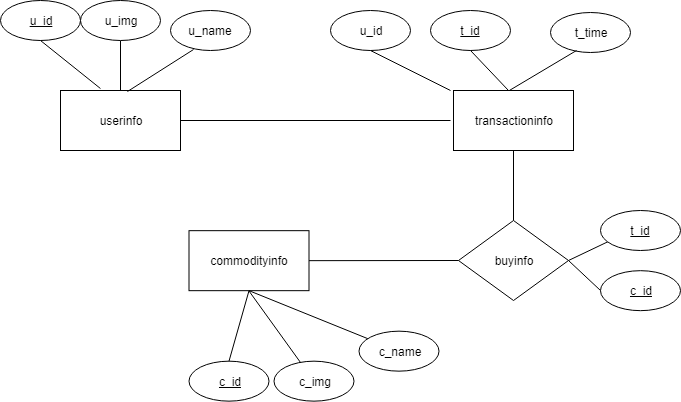
The draw.io diagram lab er表.png in cysleigh/mysql, before a commit. Source tidied: cells renumbered, new cells last; positions are measured from the earlier drawing's top-left corner, leaving out a move shared by most shapes.
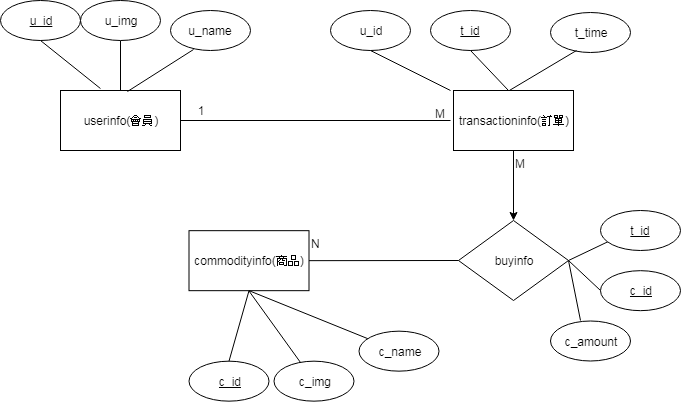
The same file after the commit.

The edit, as a diff of the source:
```diff
@@ -2,7 +2,7 @@
   <root>
     <mxCell id="0" />
     <mxCell id="1" parent="0" />
-    <mxCell id="2" value="userinfo" style="rounded=0;whiteSpace=wrap;html=1;" parent="1" vertex="1">
+    <mxCell id="2" value="userinfo(會員)" style="rounded=0;whiteSpace=wrap;html=1;" parent="1" vertex="1">
       <mxGeometry x="60" y="90" width="120" height="60" as="geometry" />
     </mxCell>
     <mxCell id="3" style="endArrow=none;html=1;exitX=0.5;exitY=0;exitDx=0;exitDy=0;" parent="1" edge="1" source="2">
@@ -19,7 +19,7 @@
     <mxCell id="6" style="endArrow=none;html=1;exitX=0.558;exitY=0.017;exitDx=0;exitDy=0;entryX=0.288;entryY=0.975;entryDx=0;entryDy=0;entryPerimeter=0;exitPerimeter=0;" parent="1" edge="1" source="2" target="4">
       <mxGeometry relative="1" as="geometry" />
     </mxCell>
-    <mxCell id="7" value="commodityinfo" style="rounded=0;whiteSpace=wrap;html=1;" parent="1" vertex="1">
+    <mxCell id="7" value="commodityinfo(商品)" style="rounded=0;whiteSpace=wrap;html=1;" parent="1" vertex="1">
       <mxGeometry x="188.5" y="230.2" width="120" height="60" as="geometry" />
     </mxCell>
     <mxCell id="8" value="&lt;u&gt;c_id&lt;/u&gt;" style="ellipse;whiteSpace=wrap;html=1;" parent="1" vertex="1">
@@ -39,7 +39,7 @@
         <mxPoint x="248.5" y="290.5" as="sourcePoint" />
       </mxGeometry>
     </mxCell>
-    <mxCell id="13" value="&lt;span style=&quot;white-space: normal&quot;&gt;transactioninfo&lt;/span&gt;" style="rounded=0;whiteSpace=wrap;html=1;" parent="1" vertex="1">
+    <mxCell id="13" value="&lt;span style=&quot;white-space: normal&quot;&gt;transactioninfo(訂單)&lt;/span&gt;" style="rounded=0;whiteSpace=wrap;html=1;" parent="1" vertex="1">
       <mxGeometry x="453" y="90" width="120" height="60" as="geometry" />
     </mxCell>
     <mxCell id="14" value="&lt;u&gt;t_id&lt;/u&gt;" style="ellipse;whiteSpace=wrap;html=1;" parent="1" vertex="1">
@@ -86,9 +86,6 @@
         <mxPoint x="450" y="120" as="targetPoint" />
       </mxGeometry>
     </mxCell>
-    <mxCell id="25" style="endArrow=none;html=1;exitX=0.5;exitY=1;exitDx=0;exitDy=0;entryX=0.5;entryY=0;entryDx=0;entryDy=0;" parent="1" edge="1" source="13" target="19">
-      <mxGeometry relative="1" as="geometry" />
-    </mxCell>
     <mxCell id="26" style="endArrow=none;html=1;exitX=0;exitY=0.5;exitDx=0;exitDy=0;entryX=1;entryY=0.5;entryDx=0;entryDy=0;" parent="1" edge="1" source="19" target="7">
       <mxGeometry relative="1" as="geometry" />
     </mxCell>
@@ -108,5 +105,31 @@
         <mxPoint x="450" y="90" as="sourcePoint" />
       </mxGeometry>
     </mxCell>
+    <mxCell id="31" style="endArrow=none;html=1;exitX=1;exitY=0.5;exitDx=0;exitDy=0;" parent="1" edge="1" source="19">
+      <mxGeometry relative="1" as="geometry">
+        <mxPoint x="580" y="320" as="targetPoint" />
+      </mxGeometry>
+    </mxCell>
+    <mxCell id="32" value="c_amount" style="ellipse;whiteSpace=wrap;html=1;" parent="1" vertex="1">
+      <mxGeometry x="550" y="320.5" width="80" height="40" as="geometry" />
+    </mxCell>
+    <mxCell id="33" value="1" style="text;html=1;strokeColor=none;fillColor=none;align=center;verticalAlign=middle;whiteSpace=wrap;rounded=0;" parent="1" vertex="1">
+      <mxGeometry x="180" y="100" width="40" height="20" as="geometry" />
+    </mxCell>
+    <mxCell id="34" value="M" style="text;html=1;" parent="1" vertex="1">
+      <mxGeometry x="433" y="100" width="20" height="30" as="geometry" />
+    </mxCell>
+    <mxCell id="25" style="edgeStyle=orthogonalEdgeStyle;rounded=0;jettySize=auto;html=1;" parent="1" edge="1" source="13" target="19">
+      <mxGeometry relative="1" as="geometry" />
+    </mxCell>
+    <mxCell id="35" value="M" style="text;html=1;" parent="1" vertex="1">
+      <mxGeometry x="513" y="150" width="20" height="30" as="geometry" />
+    </mxCell>
+    <mxCell id="36" style="endArrow=none;html=1;exitX=0.5;exitY=1;exitDx=0;exitDy=0;entryX=0.5;entryY=0;entryDx=0;entryDy=0;" parent="1" edge="1" source="13" target="35">
+      <mxGeometry relative="1" as="geometry" />
+    </mxCell>
+    <mxCell id="37" value="N" style="text;html=1;" parent="1" vertex="1">
+      <mxGeometry x="308.5" y="230" width="20" height="30" as="geometry" />
+    </mxCell>
   </root>
 </mxGraphModel>
```
